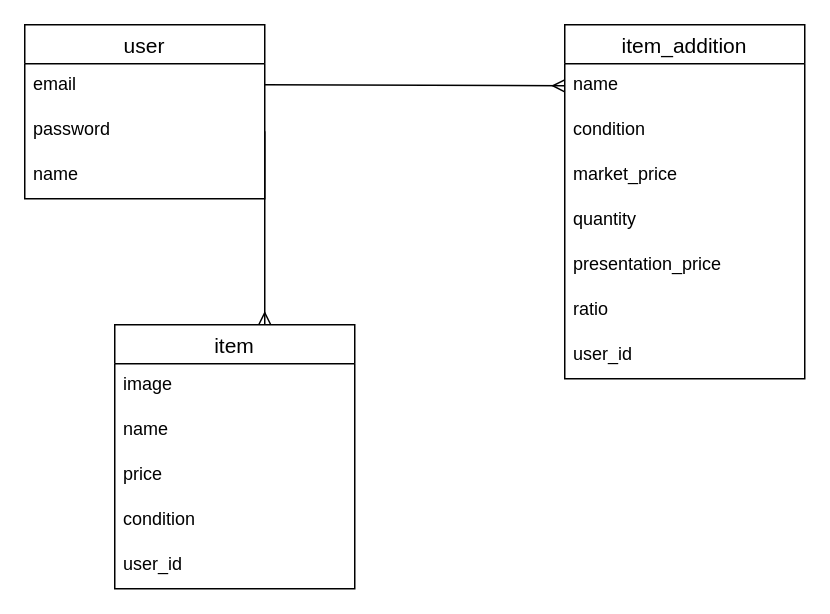
2316hako/assessment1 keeps this draw.io diagram as ER.dio. Above is the earlier version. Source tidied: cells renumbered, new cells numbered last; positions are measured from the earlier drawing's top-left corner, leaving out a move shared by most shapes. Both pictures are drawn from the tidied source at 150%, with x=0, y=0 at pixel (24, 24).
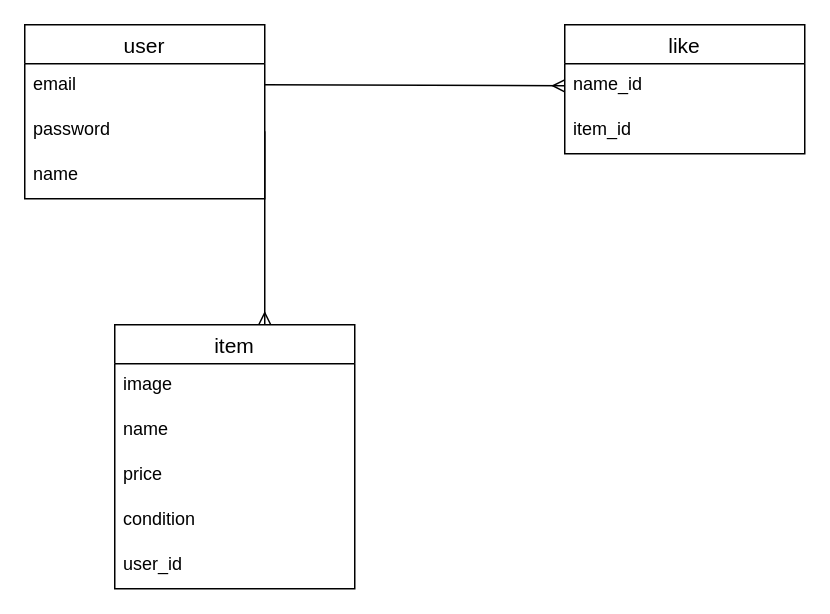
After the change.

What changed in the source:
```diff
@@
-    <mxCell id="12" value="item_addition" style="swimlane;fontStyle=0;horizontal=1;startSize=26;align=center;fontSize=14;" parent="1" vertex="1">
-      <mxGeometry x="360" width="160" height="236" as="geometry" />
+    <mxCell id="12" value="like" style="swimlane;fontStyle=0;horizontal=1;startSize=26;align=center;fontSize=14;" parent="1" vertex="1">
+      <mxGeometry x="360" width="160" height="86" as="geometry" />
     </mxCell>
-    <mxCell id="13" value="name" style="text;strokeColor=none;fillColor=none;spacingLeft=4;spacingRight=4;overflow=hidden;points=[[0,0.5],[1,0.5]];portConstraint=eastwest;fontSize=12;" parent="12" vertex="1">
+    <mxCell id="13" value="name_id" style="text;strokeColor=none;fillColor=none;spacingLeft=4;spacingRight=4;overflow=hidden;points=[[0,0.5],[1,0.5]];portConstraint=eastwest;fontSize=12;" parent="12" vertex="1">
       <mxGeometry y="26" width="160" height="30" as="geometry" />
     </mxCell>
-    <mxCell id="14" value="condition" style="text;strokeColor=none;fillColor=none;spacingLeft=4;spacingRight=4;overflow=hidden;fontSize=12;" parent="12" vertex="1">
+    <mxCell id="14" value="item_id" style="text;strokeColor=none;fillColor=none;spacingLeft=4;spacingRight=4;overflow=hidden;fontSize=12;" parent="12" vertex="1">
       <mxGeometry y="56" width="160" height="30" as="geometry" />
     </mxCell>
-    <mxCell id="15" value="market_price" style="text;strokeColor=none;fillColor=none;spacingLeft=4;spacingRight=4;overflow=hidden;fontSize=12;" parent="12" vertex="1">
-      <mxGeometry y="86" width="160" height="30" as="geometry" />
-    </mxCell>
-    <mxCell id="16" value="quantity" style="text;strokeColor=none;fillColor=none;spacingLeft=4;spacingRight=4;overflow=hidden;fontSize=12;" parent="12" vertex="1">
-      <mxGeometry y="116" width="160" height="30" as="geometry" />
-    </mxCell>
-    <mxCell id="17" value="presentation_price" style="text;strokeColor=none;fillColor=none;spacingLeft=4;spacingRight=4;overflow=hidden;fontSize=12;" parent="12" vertex="1">
-      <mxGeometry y="146" width="160" height="30" as="geometry" />
-    </mxCell>
-    <mxCell id="18" value="ratio" style="text;strokeColor=none;fillColor=none;spacingLeft=4;spacingRight=4;overflow=hidden;fontSize=12;" parent="12" vertex="1">
-      <mxGeometry y="176" width="160" height="30" as="geometry" />
-    </mxCell>
-    <mxCell id="19" value="user_id" style="text;strokeColor=none;fillColor=none;spacingLeft=4;spacingRight=4;overflow=hidden;fontSize=12;" parent="12" vertex="1">
-      <mxGeometry y="206" width="160" height="30" as="geometry" />
-    </mxCell>
```
